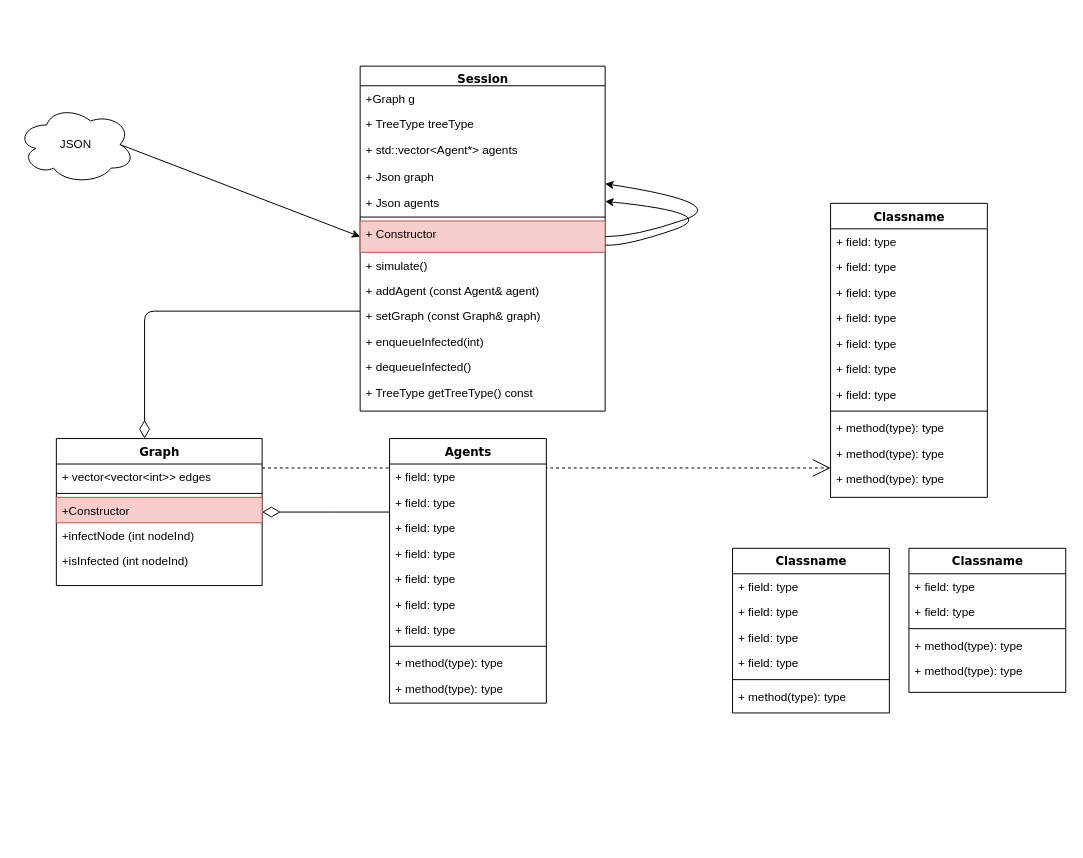
The draw.io diagram Untitled Diagram.drawio in Avoz194/Advanced-Programing---Ass1, before the edit. Source tidied: cells renumbered, new cells numbered last; positions are measured from the earlier drawing's top-left corner, leaving out a move shared by most shapes. Both pictures are drawn from the tidied source at 98%, with x=0, y=0 at pixel (17, 66).
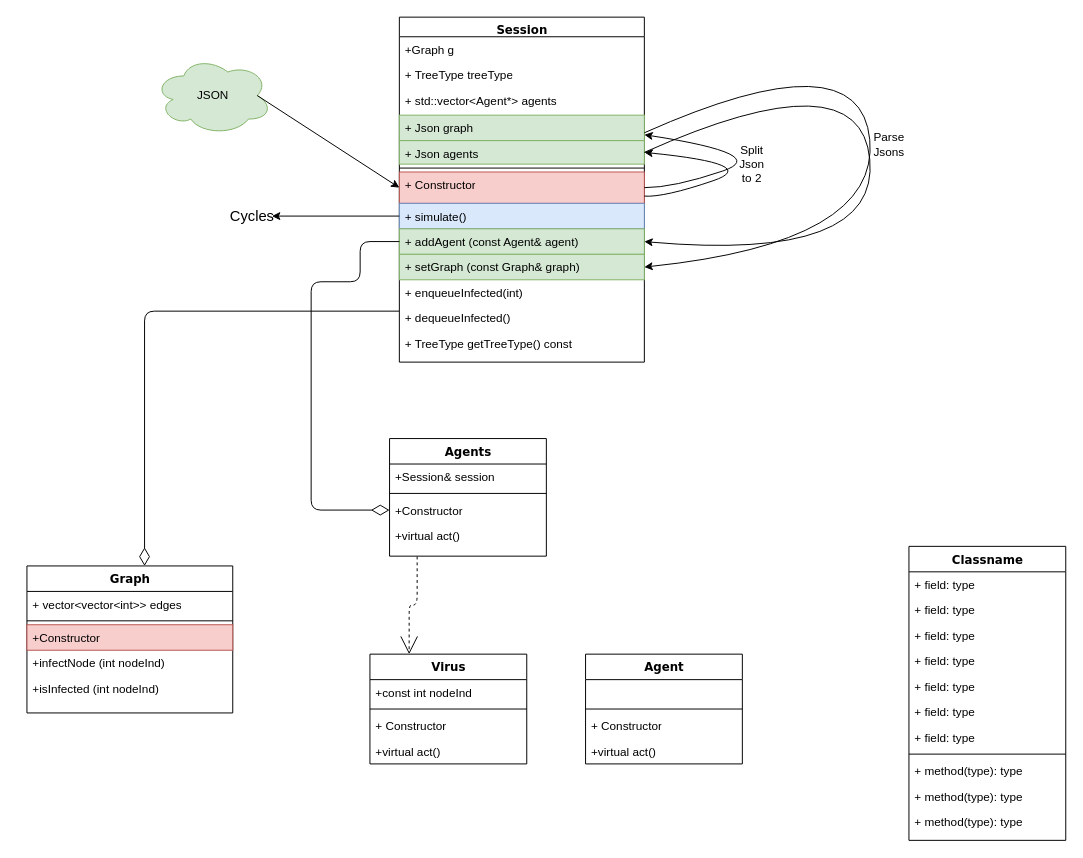
After the change.

What changed in the source:
```diff
@@
     <mxCell id="3" value="Session" style="swimlane;html=1;fontStyle=1;align=center;verticalAlign=top;horizontal=1;startSize=20;swimlaneFillColor=#ffffff;rounded=0;shadow=0;comic=0;labelBackgroundColor=none;strokeWidth=1;fillColor=none;fontFamily=Verdana;fontSize=12;" parent="1" vertex="1">
-      <mxGeometry x="350" width="250" height="352" as="geometry" />
+      <mxGeometry x="390" y="-50" width="250" height="352" as="geometry" />
     </mxCell>
@@
-    <mxCell id="7" value="+ Json graph" style="text;html=1;strokeColor=none;fillColor=none;align=left;verticalAlign=top;spacingLeft=4;spacingRight=4;whiteSpace=wrap;overflow=hidden;points=[[0,0.5],[1,0.5]];portConstraint=eastwest;" parent="3" vertex="1">
+    <mxCell id="7" value="+ Json graph" style="text;html=1;strokeColor=#82b366;fillColor=#d5e8d4;align=left;verticalAlign=top;spacingLeft=4;spacingRight=4;whiteSpace=wrap;overflow=hidden;points=[[0,0.5],[1,0.5]];portConstraint=eastwest;" parent="3" vertex="1">
       <mxGeometry y="100" width="250" height="26" as="geometry" />
     </mxCell>
-    <mxCell id="8" value="+ Json agents" style="text;html=1;strokeColor=none;fillColor=none;align=left;verticalAlign=top;spacingLeft=4;spacingRight=4;whiteSpace=wrap;overflow=hidden;points=[[0,0.5],[1,0.5]];portConstraint=eastwest;" parent="3" vertex="1">
+    <mxCell id="8" value="+ Json agents" style="text;html=1;strokeColor=#82b366;fillColor=#d5e8d4;align=left;verticalAlign=top;spacingLeft=4;spacingRight=4;whiteSpace=wrap;overflow=hidden;points=[[0,0.5],[1,0.5]];portConstraint=eastwest;" parent="3" vertex="1">
       <mxGeometry y="126" width="250" height="24" as="geometry" />
     </mxCell>
@@
-    <mxCell id="11" value="+ simulate()" style="text;html=1;strokeColor=none;fillColor=none;align=left;verticalAlign=top;spacingLeft=4;spacingRight=4;whiteSpace=wrap;overflow=hidden;points=[[0,0.5],[1,0.5]];portConstraint=eastwest;" parent="3" vertex="1">
+    <mxCell id="11" value="+ simulate()" style="text;html=1;strokeColor=#6c8ebf;fillColor=#dae8fc;align=left;verticalAlign=top;spacingLeft=4;spacingRight=4;whiteSpace=wrap;overflow=hidden;points=[[0,0.5],[1,0.5]];portConstraint=eastwest;" parent="3" vertex="1">
       <mxGeometry y="190" width="250" height="26" as="geometry" />
     </mxCell>
-    <mxCell id="12" value="+ addAgent (const Agent&amp;amp; agent)" style="text;html=1;strokeColor=none;fillColor=none;align=left;verticalAlign=top;spacingLeft=4;spacingRight=4;whiteSpace=wrap;overflow=hidden;points=[[0,0.5],[1,0.5]];portConstraint=eastwest;" parent="3" vertex="1">
+    <mxCell id="12" value="+ addAgent (const Agent&amp;amp; agent)" style="text;html=1;strokeColor=#82b366;fillColor=#d5e8d4;align=left;verticalAlign=top;spacingLeft=4;spacingRight=4;whiteSpace=wrap;overflow=hidden;points=[[0,0.5],[1,0.5]];portConstraint=eastwest;" parent="3" vertex="1">
       <mxGeometry y="216" width="250" height="26" as="geometry" />
     </mxCell>
-    <mxCell id="13" value="+ setGraph (const Graph&amp;amp; graph)" style="text;html=1;strokeColor=none;fillColor=none;align=left;verticalAlign=top;spacingLeft=4;spacingRight=4;whiteSpace=wrap;overflow=hidden;points=[[0,0.5],[1,0.5]];portConstraint=eastwest;" parent="3" vertex="1">
+    <mxCell id="13" value="+ setGraph (const Graph&amp;amp; graph)" style="text;html=1;strokeColor=#82b366;fillColor=#d5e8d4;align=left;verticalAlign=top;spacingLeft=4;spacingRight=4;whiteSpace=wrap;overflow=hidden;points=[[0,0.5],[1,0.5]];portConstraint=eastwest;" parent="3" vertex="1">
       <mxGeometry y="242" width="250" height="26" as="geometry" />
     </mxCell>
@@
+    <mxCell id="65" style="curved=1;endArrow=classic;html=1;exitX=1;exitY=0.5;exitDx=0;exitDy=0;entryX=1;entryY=0.5;entryDx=0;entryDy=0;" parent="3" edge="1" source="8" target="12">
+      <mxGeometry relative="1" as="geometry">
+        <Array as="points">
+          <mxPoint x="470" y="40" />
+          <mxPoint x="490" y="250" />
+        </Array>
+      </mxGeometry>
+    </mxCell>
-    <mxCell id="19" style="edgeStyle=elbowEdgeStyle;html=1;labelBackgroundColor=none;startFill=0;startSize=8;endArrow=open;endFill=0;endSize=16;fontFamily=Verdana;fontSize=12;elbow=vertical;dashed=1;" parent="1" edge="1" source="33" target="20">
+    <mxCell id="19" style="edgeStyle=elbowEdgeStyle;html=1;labelBackgroundColor=none;startFill=0;startSize=8;endArrow=open;endFill=0;endSize=16;fontFamily=Verdana;fontSize=12;elbow=vertical;dashed=1;exitX=0.176;exitY=1.321;exitDx=0;exitDy=0;exitPerimeter=0;entryX=0.25;entryY=0;entryDx=0;entryDy=0;" parent="1" edge="1" source="48" target="50">
       <mxGeometry relative="1" as="geometry" />
     </mxCell>
     <mxCell id="20" value="Classname" style="swimlane;html=1;fontStyle=1;align=center;verticalAlign=top;horizontal=1;startSize=26;swimlaneFillColor=#ffffff;rounded=0;shadow=0;comic=0;labelBackgroundColor=none;strokeWidth=1;fillColor=none;fontFamily=Verdana;fontSize=12;" parent="1" vertex="1">
-      <mxGeometry x="830" y="140" width="160" height="300" as="geometry" />
+      <mxGeometry x="910" y="490" width="160" height="300" as="geometry" />
     </mxCell>
@@
-    <mxCell id="32" style="edgeStyle=elbowEdgeStyle;html=1;labelBackgroundColor=none;startFill=0;startSize=8;endArrow=diamondThin;endFill=0;endSize=16;fontFamily=Verdana;fontSize=12;elbow=vertical;" parent="1" edge="1" source="39" target="33">
-      <mxGeometry relative="1" as="geometry" />
-    </mxCell>
     <mxCell id="33" value="Graph" style="swimlane;html=1;fontStyle=1;align=center;verticalAlign=top;horizontal=1;startSize=26;swimlaneFillColor=#ffffff;rounded=0;shadow=0;comic=0;labelBackgroundColor=none;strokeWidth=1;fillColor=none;fontFamily=Verdana;fontSize=12;" parent="1" vertex="1">
-      <mxGeometry x="40" y="380" width="210" height="150" as="geometry" />
+      <mxGeometry x="10" y="510" width="210" height="150" as="geometry" />
     </mxCell>
@@
     <mxCell id="39" value="Agents" style="swimlane;html=1;fontStyle=1;align=center;verticalAlign=top;horizontal=1;startSize=26;swimlaneFillColor=#ffffff;rounded=0;shadow=0;comic=0;labelBackgroundColor=none;strokeWidth=1;fillColor=none;fontFamily=Verdana;fontSize=12;" parent="1" vertex="1">
-      <mxGeometry x="380" y="380" width="160" height="270" as="geometry" />
+      <mxGeometry x="380" y="380" width="160" height="120" as="geometry" />
     </mxCell>
-    <mxCell id="40" value="+ field: type" style="text;html=1;strokeColor=none;fillColor=none;align=left;verticalAlign=top;spacingLeft=4;spacingRight=4;whiteSpace=wrap;overflow=hidden;" parent="39" vertex="1">
+    <mxCell id="40" value="+Session&amp;amp; session" style="text;html=1;strokeColor=none;fillColor=none;align=left;verticalAlign=top;spacingLeft=4;spacingRight=4;whiteSpace=wrap;overflow=hidden;" parent="39" vertex="1">
       <mxGeometry y="26" width="160" height="26" as="geometry" />
     </mxCell>
-    <mxCell id="41" value="+ field: type" style="text;html=1;strokeColor=none;fillColor=none;align=left;verticalAlign=top;spacingLeft=4;spacingRight=4;whiteSpace=wrap;overflow=hidden;" parent="39" vertex="1">
-      <mxGeometry y="52" width="160" height="26" as="geometry" />
-    </mxCell>
-    <mxCell id="42" value="+ field: type" style="text;html=1;strokeColor=none;fillColor=none;align=left;verticalAlign=top;spacingLeft=4;spacingRight=4;whiteSpace=wrap;overflow=hidden;" parent="39" vertex="1">
-      <mxGeometry y="78" width="160" height="26" as="geometry" />
-    </mxCell>
-    <mxCell id="43" value="+ field: type" style="text;html=1;strokeColor=none;fillColor=none;align=left;verticalAlign=top;spacingLeft=4;spacingRight=4;whiteSpace=wrap;overflow=hidden;" parent="39" vertex="1">
-      <mxGeometry y="104" width="160" height="26" as="geometry" />
-    </mxCell>
-    <mxCell id="44" value="+ field: type" style="text;html=1;strokeColor=none;fillColor=none;align=left;verticalAlign=top;spacingLeft=4;spacingRight=4;whiteSpace=wrap;overflow=hidden;" parent="39" vertex="1">
-      <mxGeometry y="130" width="160" height="26" as="geometry" />
-    </mxCell>
-    <mxCell id="45" value="+ field: type" style="text;html=1;strokeColor=none;fillColor=none;align=left;verticalAlign=top;spacingLeft=4;spacingRight=4;whiteSpace=wrap;overflow=hidden;" parent="39" vertex="1">
-      <mxGeometry y="156" width="160" height="26" as="geometry" />
-    </mxCell>
-    <mxCell id="46" value="+ field: type" style="text;html=1;strokeColor=none;fillColor=none;align=left;verticalAlign=top;spacingLeft=4;spacingRight=4;whiteSpace=wrap;overflow=hidden;" parent="39" vertex="1">
-      <mxGeometry y="182" width="160" height="26" as="geometry" />
-    </mxCell>
     <mxCell id="47" style="line;html=1;strokeWidth=1;fillColor=none;align=left;verticalAlign=middle;spacingTop=-1;spacingLeft=3;spacingRight=3;labelPosition=right;" parent="39" vertex="1">
-      <mxGeometry y="208" width="160" height="8" as="geometry" />
+      <mxGeometry y="52" width="160" height="8" as="geometry" />
     </mxCell>
+    <mxCell id="49" value="+Constructor" style="text;html=1;strokeColor=none;fillColor=none;align=left;verticalAlign=top;spacingLeft=4;spacingRight=4;whiteSpace=wrap;overflow=hidden;points=[[0,0.5],[1,0.5]];portConstraint=eastwest;" parent="39" vertex="1">
+      <mxGeometry y="60" width="160" height="26" as="geometry" />
+    </mxCell>
-    <mxCell id="48" value="+ method(type): type" style="text;html=1;strokeColor=none;fillColor=none;align=left;verticalAlign=top;spacingLeft=4;spacingRight=4;whiteSpace=wrap;overflow=hidden;points=[[0,0.5],[1,0.5]];portConstraint=eastwest;" parent="39" vertex="1">
-      <mxGeometry y="216" width="160" height="26" as="geometry" />
+    <mxCell id="48" value="+virtual act()" style="text;html=1;strokeColor=none;fillColor=none;align=left;verticalAlign=top;spacingLeft=4;spacingRight=4;whiteSpace=wrap;overflow=hidden;points=[[0,0.5],[1,0.5]];portConstraint=eastwest;" parent="39" vertex="1">
+      <mxGeometry y="86" width="160" height="26" as="geometry" />
     </mxCell>
-    <mxCell id="49" value="+ method(type): type" style="text;html=1;strokeColor=none;fillColor=none;align=left;verticalAlign=top;spacingLeft=4;spacingRight=4;whiteSpace=wrap;overflow=hidden;points=[[0,0.5],[1,0.5]];portConstraint=eastwest;" parent="39" vertex="1">
-      <mxGeometry y="242" width="160" height="26" as="geometry" />
-    </mxCell>
-    <mxCell id="50" value="Classname" style="swimlane;html=1;fontStyle=1;align=center;verticalAlign=top;horizontal=1;startSize=26;swimlaneFillColor=#ffffff;rounded=0;shadow=0;comic=0;labelBackgroundColor=none;strokeWidth=1;fillColor=none;fontFamily=Verdana;fontSize=12;" parent="1" vertex="1">
-      <mxGeometry x="730" y="492" width="160" height="168" as="geometry" />
+    <mxCell id="50" value="Virus" style="swimlane;html=1;fontStyle=1;align=center;verticalAlign=top;horizontal=1;startSize=26;swimlaneFillColor=#ffffff;rounded=0;shadow=0;comic=0;labelBackgroundColor=none;strokeWidth=1;fillColor=none;fontFamily=Verdana;fontSize=12;" parent="1" vertex="1">
+      <mxGeometry x="360" y="600" width="160" height="112" as="geometry" />
     </mxCell>
-    <mxCell id="51" value="+ field: type" style="text;html=1;strokeColor=none;fillColor=none;align=left;verticalAlign=top;spacingLeft=4;spacingRight=4;whiteSpace=wrap;overflow=hidden;" parent="50" vertex="1">
+    <mxCell id="51" value="+const int nodeInd" style="text;html=1;strokeColor=none;fillColor=none;align=left;verticalAlign=top;spacingLeft=4;spacingRight=4;whiteSpace=wrap;overflow=hidden;" parent="50" vertex="1">
       <mxGeometry y="26" width="160" height="26" as="geometry" />
     </mxCell>
-    <mxCell id="52" value="+ field: type" style="text;html=1;strokeColor=none;fillColor=none;align=left;verticalAlign=top;spacingLeft=4;spacingRight=4;whiteSpace=wrap;overflow=hidden;" parent="50" vertex="1">
-      <mxGeometry y="52" width="160" height="26" as="geometry" />
-    </mxCell>
-    <mxCell id="53" value="+ field: type" style="text;html=1;strokeColor=none;fillColor=none;align=left;verticalAlign=top;spacingLeft=4;spacingRight=4;whiteSpace=wrap;overflow=hidden;" parent="50" vertex="1">
-      <mxGeometry y="78" width="160" height="26" as="geometry" />
-    </mxCell>
-    <mxCell id="54" value="+ field: type" style="text;html=1;strokeColor=none;fillColor=none;align=left;verticalAlign=top;spacingLeft=4;spacingRight=4;whiteSpace=wrap;overflow=hidden;" parent="50" vertex="1">
-      <mxGeometry y="104" width="160" height="26" as="geometry" />
-    </mxCell>
     <mxCell id="55" style="line;html=1;strokeWidth=1;fillColor=none;align=left;verticalAlign=middle;spacingTop=-1;spacingLeft=3;spacingRight=3;labelPosition=right;" parent="50" vertex="1">
-      <mxGeometry y="130" width="160" height="8" as="geometry" />
+      <mxGeometry y="52" width="160" height="8" as="geometry" />
     </mxCell>
-    <mxCell id="56" value="+ method(type): type" style="text;html=1;strokeColor=none;fillColor=none;align=left;verticalAlign=top;spacingLeft=4;spacingRight=4;whiteSpace=wrap;overflow=hidden;" parent="50" vertex="1">
-      <mxGeometry y="138" width="160" height="26" as="geometry" />
+    <mxCell id="56" value="+ Constructor" style="text;html=1;strokeColor=none;fillColor=none;align=left;verticalAlign=top;spacingLeft=4;spacingRight=4;whiteSpace=wrap;overflow=hidden;" parent="50" vertex="1">
+      <mxGeometry y="60" width="160" height="26" as="geometry" />
     </mxCell>
+    <mxCell id="66" value="+virtual act()" style="text;html=1;strokeColor=none;fillColor=none;align=left;verticalAlign=top;spacingLeft=4;spacingRight=4;whiteSpace=wrap;overflow=hidden;" parent="50" vertex="1">
+      <mxGeometry y="86" width="160" height="26" as="geometry" />
+    </mxCell>
-    <mxCell id="57" value="Classname" style="swimlane;html=1;fontStyle=1;align=center;verticalAlign=top;horizontal=1;startSize=26;swimlaneFillColor=#ffffff;rounded=0;shadow=0;comic=0;labelBackgroundColor=none;strokeWidth=1;fillColor=none;fontFamily=Verdana;fontSize=12;" parent="1" vertex="1">
-      <mxGeometry x="910" y="492" width="160" height="147" as="geometry" />
+    <mxCell id="57" value="Agent" style="swimlane;html=1;fontStyle=1;align=center;verticalAlign=top;horizontal=1;startSize=26;swimlaneFillColor=#ffffff;rounded=0;shadow=0;comic=0;labelBackgroundColor=none;strokeWidth=1;fillColor=none;fontFamily=Verdana;fontSize=12;" parent="1" vertex="1">
+      <mxGeometry x="580" y="600" width="160" height="112" as="geometry" />
     </mxCell>
-    <mxCell id="58" value="+ field: type" style="text;html=1;strokeColor=none;fillColor=none;align=left;verticalAlign=top;spacingLeft=4;spacingRight=4;whiteSpace=wrap;overflow=hidden;" parent="57" vertex="1">
-      <mxGeometry y="26" width="160" height="26" as="geometry" />
-    </mxCell>
-    <mxCell id="59" value="+ field: type" style="text;html=1;strokeColor=none;fillColor=none;align=left;verticalAlign=top;spacingLeft=4;spacingRight=4;whiteSpace=wrap;overflow=hidden;" parent="57" vertex="1">
-      <mxGeometry y="52" width="160" height="26" as="geometry" />
+    <mxCell id="59" value="&amp;nbsp;" style="text;html=1;strokeColor=none;fillColor=none;align=left;verticalAlign=top;spacingLeft=4;spacingRight=4;whiteSpace=wrap;overflow=hidden;" parent="57" vertex="1">
+      <mxGeometry y="26" width="160" height="26" as="geometry" />
     </mxCell>
     <mxCell id="60" style="line;html=1;strokeWidth=1;fillColor=none;align=left;verticalAlign=middle;spacingTop=-1;spacingLeft=3;spacingRight=3;labelPosition=right;" parent="57" vertex="1">
-      <mxGeometry y="78" width="160" height="8" as="geometry" />
+      <mxGeometry y="52" width="160" height="8" as="geometry" />
     </mxCell>
-    <mxCell id="61" value="+ method(type): type" style="text;html=1;strokeColor=none;fillColor=none;align=left;verticalAlign=top;spacingLeft=4;spacingRight=4;whiteSpace=wrap;overflow=hidden;" parent="57" vertex="1">
-      <mxGeometry y="86" width="160" height="26" as="geometry" />
-    </mxCell>
-    <mxCell id="62" value="+ method(type): type" style="text;html=1;strokeColor=none;fillColor=none;align=left;verticalAlign=top;spacingLeft=4;spacingRight=4;whiteSpace=wrap;overflow=hidden;" parent="57" vertex="1">
-      <mxGeometry y="112" width="160" height="26" as="geometry" />
-    </mxCell>
+    <mxCell id="67" value="+ Constructor" style="text;html=1;strokeColor=none;fillColor=none;align=left;verticalAlign=top;spacingLeft=4;spacingRight=4;whiteSpace=wrap;overflow=hidden;" parent="57" vertex="1">
+      <mxGeometry y="60" width="160" height="26" as="geometry" />
+    </mxCell>
+    <mxCell id="68" value="+virtual act()" style="text;html=1;strokeColor=none;fillColor=none;align=left;verticalAlign=top;spacingLeft=4;spacingRight=4;whiteSpace=wrap;overflow=hidden;" parent="57" vertex="1">
+      <mxGeometry y="86" width="160" height="26" as="geometry" />
+    </mxCell>
-    <mxCell id="63" value="JSON" style="ellipse;shape=cloud;whiteSpace=wrap;html=1;" parent="1" vertex="1">
-      <mxGeometry y="40" width="120" height="80" as="geometry" />
+    <mxCell id="63" value="JSON" style="ellipse;shape=cloud;whiteSpace=wrap;html=1;fillColor=#d5e8d4;strokeColor=#82b366;" parent="1" vertex="1">
+      <mxGeometry x="140" y="-10" width="120" height="80" as="geometry" />
     </mxCell>
@@
+    <mxCell id="69" style="curved=1;endArrow=classic;html=1;exitX=1;exitY=0.5;exitDx=0;exitDy=0;entryX=1;entryY=0.5;entryDx=0;entryDy=0;" parent="1" edge="1" target="13">
+      <mxGeometry relative="1" as="geometry">
+        <mxPoint x="640" y="68" as="sourcePoint" />
+        <Array as="points">
+          <mxPoint x="860" y="-30" />
+          <mxPoint x="880" y="180" />
+        </Array>
+      </mxGeometry>
+    </mxCell>
+    <mxCell id="70" value="Split Json to 2" style="text;html=1;strokeColor=none;fillColor=none;align=center;verticalAlign=middle;whiteSpace=wrap;rounded=0;" parent="1" vertex="1">
+      <mxGeometry x="730" y="90" width="40" height="20" as="geometry" />
+    </mxCell>
+    <mxCell id="71" value="Parse Jsons" style="text;html=1;strokeColor=none;fillColor=none;align=center;verticalAlign=middle;whiteSpace=wrap;rounded=0;" parent="1" vertex="1">
+      <mxGeometry x="870" y="70" width="40" height="20" as="geometry" />
+    </mxCell>
+    <mxCell id="72" style="edgeStyle=orthogonalEdgeStyle;html=1;labelBackgroundColor=none;startFill=0;startSize=8;endArrow=diamondThin;endFill=0;endSize=16;fontFamily=Verdana;fontSize=12;exitX=0;exitY=0.5;exitDx=0;exitDy=0;" parent="1" edge="1" source="12" target="49">
+      <mxGeometry relative="1" as="geometry">
+        <Array as="points">
+          <mxPoint x="350" y="220" />
+          <mxPoint x="300" y="220" />
+          <mxPoint x="300" y="453" />
+        </Array>
+      </mxGeometry>
+    </mxCell>
+    <mxCell id="73" style="endArrow=classic;html=1;exitX=0;exitY=0.5;exitDx=0;exitDy=0;" parent="1" edge="1" source="11" target="74">
+      <mxGeometry relative="1" as="geometry" />
+    </mxCell>
+    <mxCell id="74" value="&lt;font style=&quot;font-size: 15px&quot;&gt;Cycles&lt;/font&gt;" style="text;html=1;strokeColor=none;fillColor=none;align=center;verticalAlign=middle;whiteSpace=wrap;rounded=0;" parent="1" vertex="1">
+      <mxGeometry x="220" y="143" width="40" height="20" as="geometry" />
+    </mxCell>
```
